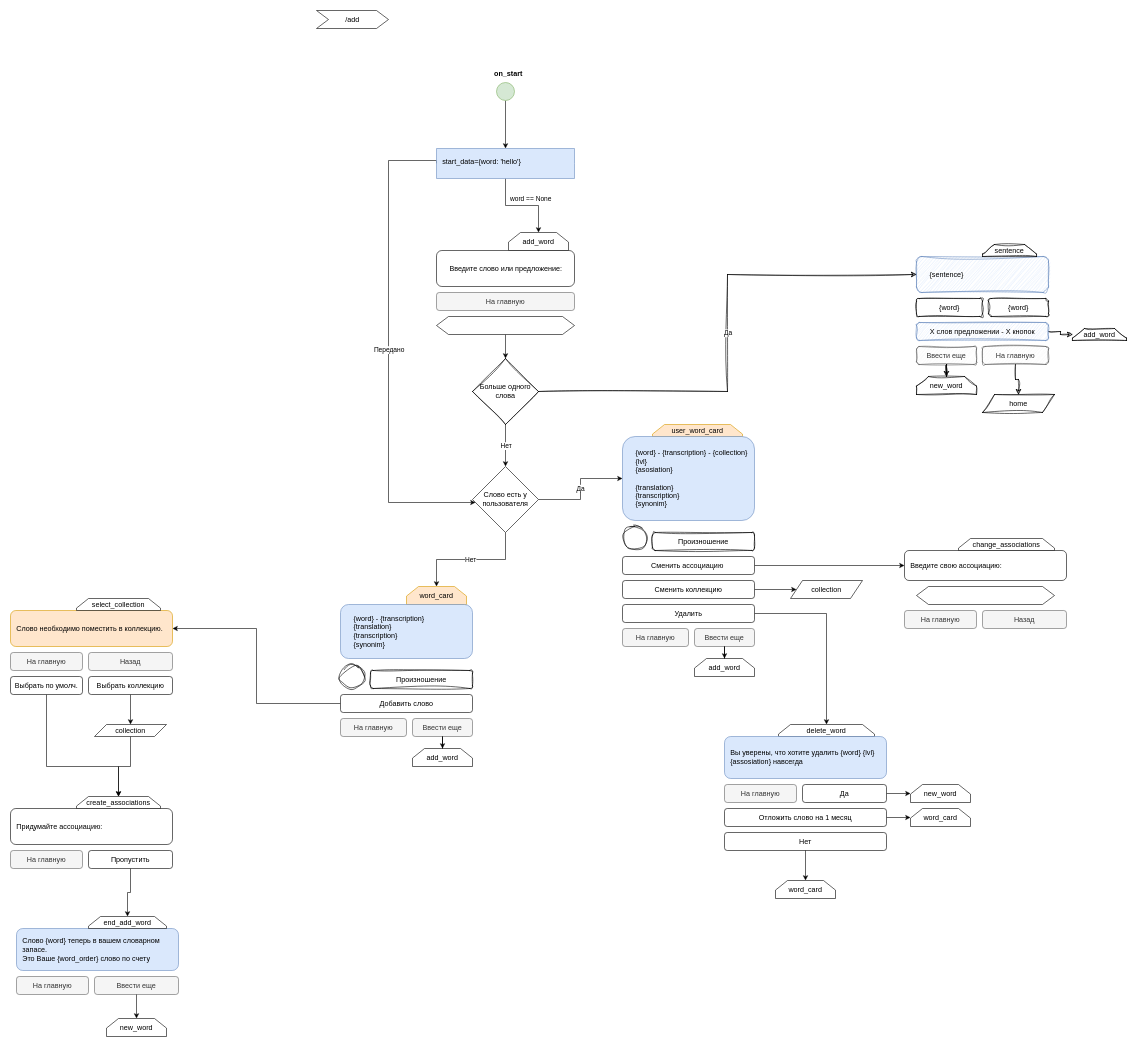
Before: page "add_word" (4 of 8) of lexi-bot.drawio in pasha-danilevich/lexi-bot, a draw.io diagram. Source tidied: cells renumbered, new cells numbered last; positions are measured from the earlier drawing's top-left corner, leaving out a move shared by most shapes. Both pictures are drawn from the tidied source at 60%, with x=0, y=0 at pixel (10, 10).
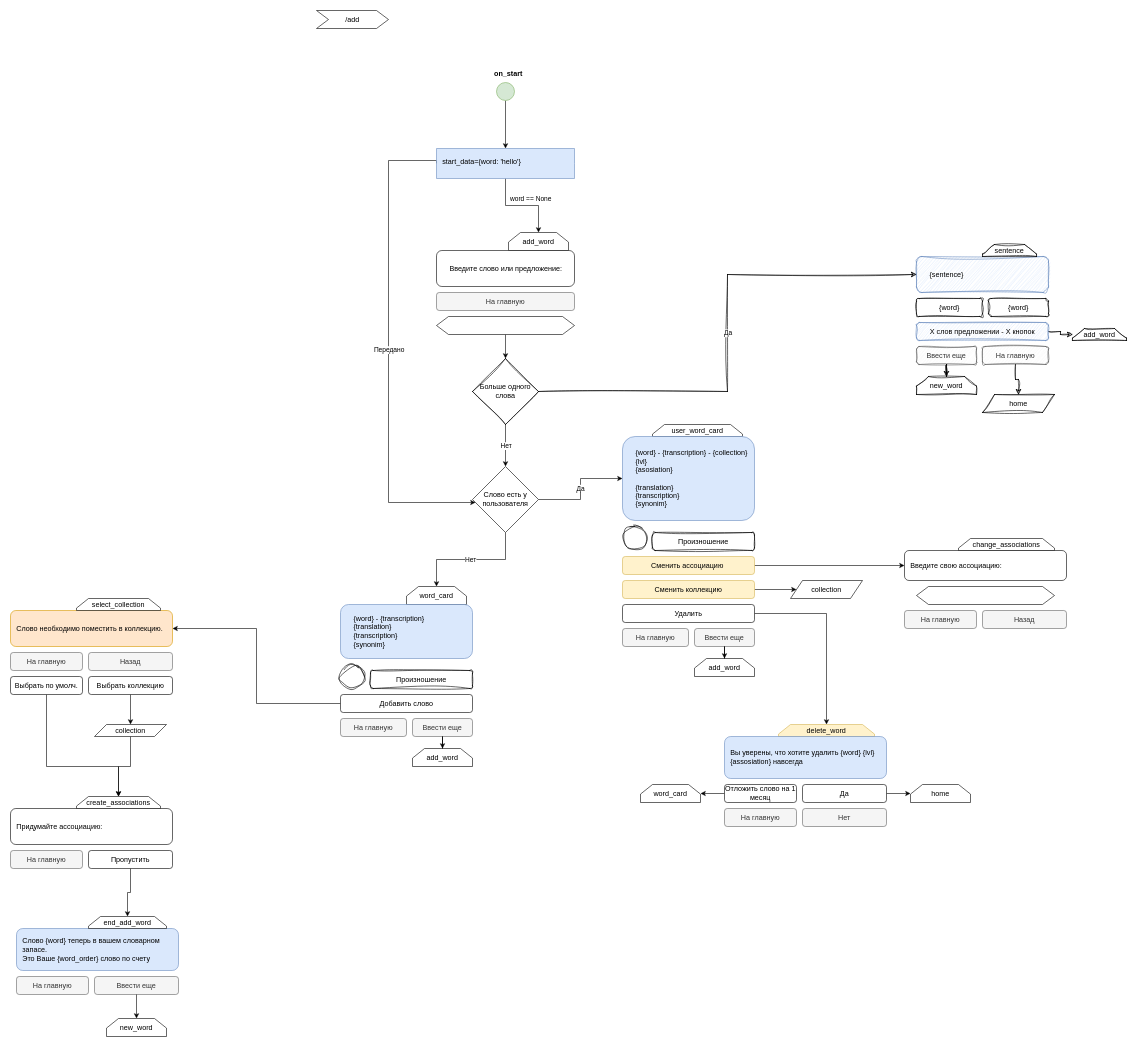
After the change.

The edit, as a diff of the source:
```diff
@@
-    <mxCell id="32" value="word_card" style="shape=loopLimit;whiteSpace=wrap;html=1;fillColor=#ffe6cc;strokeColor=#d79b00;" parent="1" vertex="1">
+    <mxCell id="32" value="word_card" style="shape=loopLimit;whiteSpace=wrap;html=1;" parent="1" vertex="1">
       <mxGeometry x="660" y="960" width="100" height="30" as="geometry" />
     </mxCell>
@@
-    <mxCell id="51" value="user_word_card" style="shape=loopLimit;whiteSpace=wrap;html=1;fillColor=#ffe6cc;strokeColor=#d79b00;" parent="1" vertex="1">
+    <mxCell id="51" value="user_word_card" style="shape=loopLimit;whiteSpace=wrap;html=1;" parent="1" vertex="1">
       <mxGeometry x="1070" y="690" width="150" height="20" as="geometry" />
     </mxCell>
@@
-    <mxCell id="58" value="Сменить коллекцию" style="rounded=1;whiteSpace=wrap;html=1;spacingLeft=0;align=center;" parent="1" vertex="1">
+    <mxCell id="58" value="Сменить коллекцию" style="rounded=1;whiteSpace=wrap;html=1;spacingLeft=0;align=center;fillColor=#fff2cc;strokeColor=#d6b656;" parent="1" vertex="1">
       <mxGeometry x="1020" y="950" width="220" height="30" as="geometry" />
     </mxCell>
@@
-    <mxCell id="60" value="Сменить ассоциацию&amp;nbsp;" style="rounded=1;whiteSpace=wrap;html=1;spacingLeft=0;align=center;" parent="1" vertex="1">
+    <mxCell id="60" value="Сменить ассоциацию&amp;nbsp;" style="rounded=1;whiteSpace=wrap;html=1;spacingLeft=0;align=center;fillColor=#fff2cc;strokeColor=#d6b656;" parent="1" vertex="1">
       <mxGeometry x="1020" y="910" width="220" height="30" as="geometry" />
     </mxCell>
@@
-    <mxCell id="78" value="&lt;span style=&quot;white-space-collapse: preserve;&quot;&gt;delete_word&lt;/span&gt;" style="shape=loopLimit;whiteSpace=wrap;html=1;" parent="1" vertex="1">
+    <mxCell id="78" value="&lt;span style=&quot;white-space-collapse: preserve;&quot;&gt;delete_word&lt;/span&gt;" style="shape=loopLimit;whiteSpace=wrap;html=1;fillColor=#fff2cc;strokeColor=#d6b656;" parent="1" vertex="1">
       <mxGeometry x="1280" y="1190" width="160" height="20" as="geometry" />
     </mxCell>
-    <mxCell id="79" value="Нет" style="rounded=1;whiteSpace=wrap;html=1;spacingLeft=0;align=center;" parent="1" vertex="1">
-      <mxGeometry x="1190" y="1370" width="270" height="30" as="geometry" />
+    <mxCell id="79" value="Нет" style="rounded=1;whiteSpace=wrap;html=1;spacingLeft=0;align=center;fillColor=#f5f5f5;strokeColor=#666666;fontColor=#333333;" parent="1" vertex="1">
+      <mxGeometry x="1320" y="1330" width="140" height="30" as="geometry" />
     </mxCell>
-    <mxCell id="80" value="word_card" style="shape=loopLimit;whiteSpace=wrap;html=1;" parent="1" vertex="1">
-      <mxGeometry x="1275" y="1450" width="100" height="30" as="geometry" />
-    </mxCell>
-    <mxCell id="81" style="edgeStyle=orthogonalEdgeStyle;rounded=0;jettySize=auto;html=1;" parent="1" edge="1" source="79" target="80">
-      <mxGeometry relative="1" as="geometry" />
-    </mxCell>
@@
     <mxCell id="83" value="На главную" style="rounded=1;whiteSpace=wrap;html=1;spacingLeft=0;align=center;fillColor=#f5f5f5;fontColor=#333333;strokeColor=#666666;" parent="1" vertex="1">
-      <mxGeometry x="1190" y="1290" width="120" height="30" as="geometry" />
+      <mxGeometry x="1190" y="1330" width="120" height="30" as="geometry" />
     </mxCell>
@@
     <mxCell id="87" value="Отложить слово на 1 месяц" style="rounded=1;whiteSpace=wrap;html=1;spacingLeft=0;align=center;" parent="1" vertex="1">
-      <mxGeometry x="1190" y="1330" width="270" height="30" as="geometry" />
+      <mxGeometry x="1190" y="1290" width="120" height="30" as="geometry" />
     </mxCell>
     <mxCell id="88" value="word_card" style="shape=loopLimit;whiteSpace=wrap;html=1;" parent="1" vertex="1">
-      <mxGeometry x="1500" y="1330" width="100" height="30" as="geometry" />
+      <mxGeometry x="1050" y="1290" width="100" height="30" as="geometry" />
     </mxCell>
-    <mxCell id="89" value="new_word" style="shape=loopLimit;whiteSpace=wrap;html=1;" parent="1" vertex="1">
+    <mxCell id="89" value="home" style="shape=loopLimit;whiteSpace=wrap;html=1;" parent="1" vertex="1">
       <mxGeometry x="1500" y="1290" width="100" height="30" as="geometry" />
     </mxCell>
```
